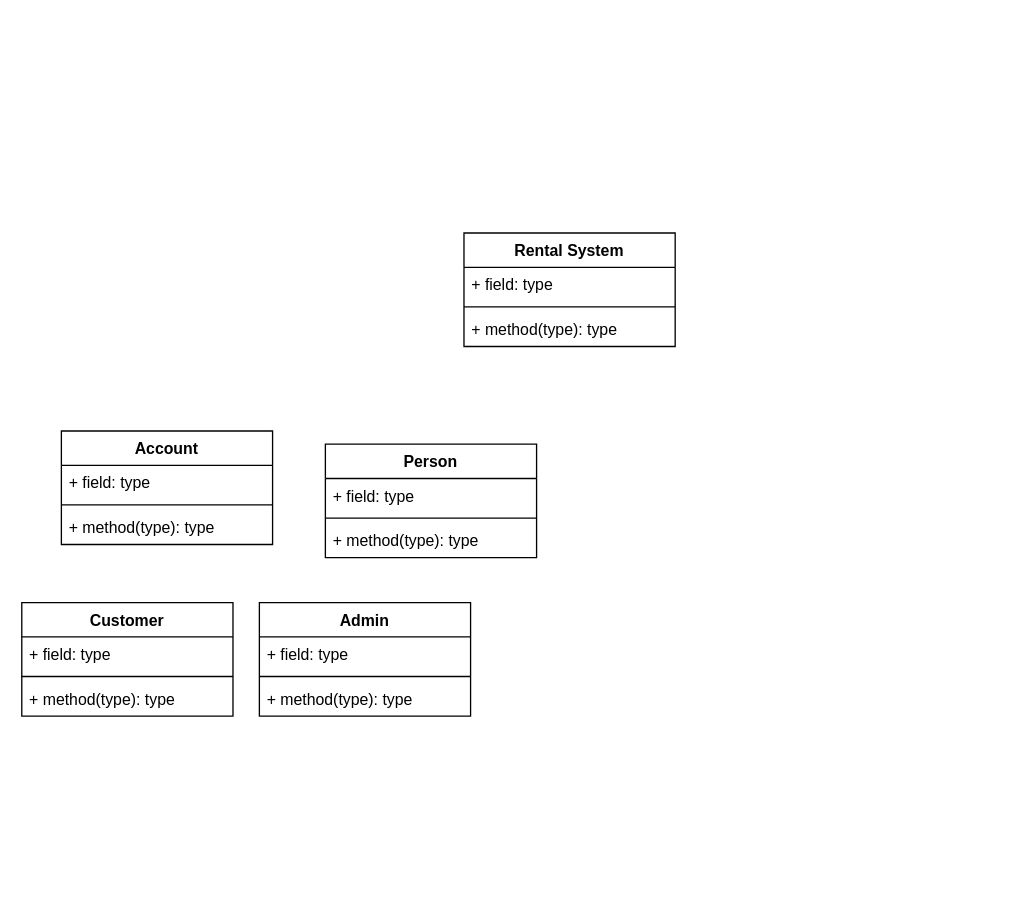
This is page "Car Rental System" (3 of 3) of Movie Ticket Booking.drawio from Moytri/Uml-Diagram, a draw.io file, before an edit. Source tidied: cells renumbered, new cells numbered last; positions are measured from the earlier drawing's top-left corner, leaving out a move shared by most shapes. Both pictures are drawn from the tidied source at 132%, with x=0, y=0 at pixel (21, 232).
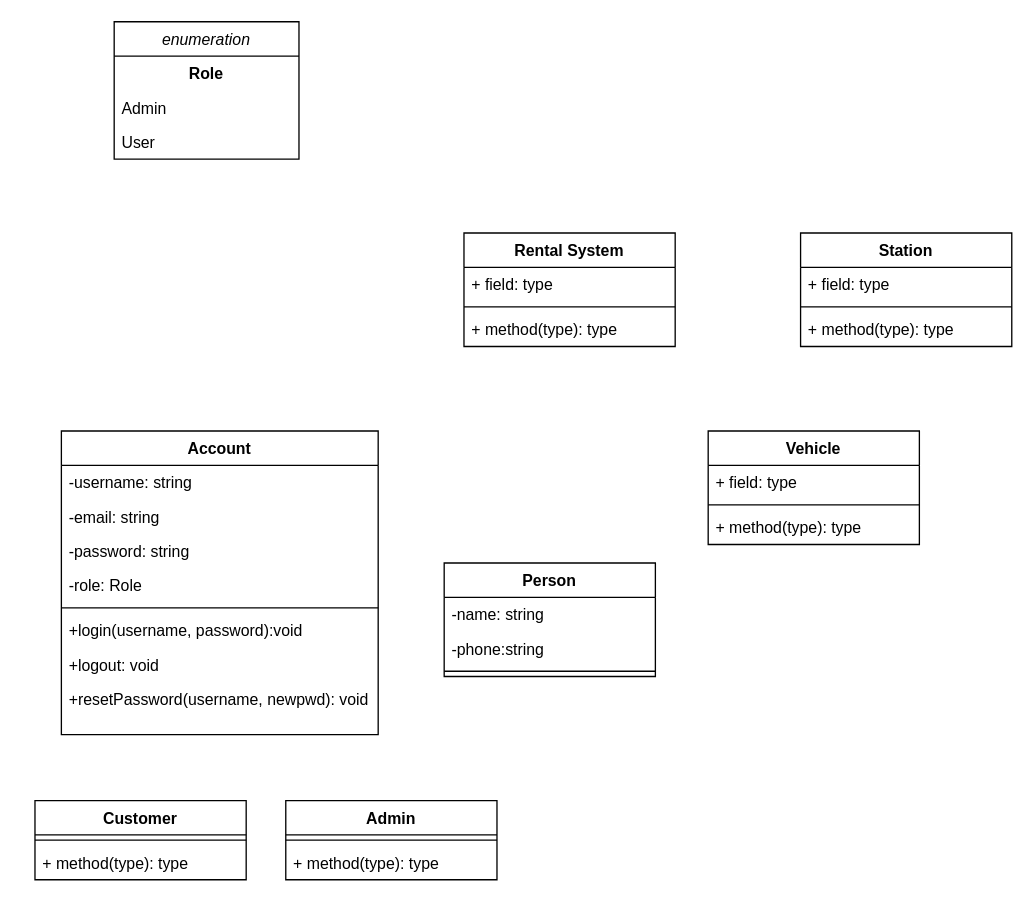
The same page after the edit.

The edit, as a diff of the source:
```diff
@@
     <mxCell id="6" value="Account" style="swimlane;fontStyle=1;align=center;verticalAlign=top;horizontal=1;startSize=26;" parent="1" vertex="1">
-      <mxGeometry x="30" y="150" width="160" height="86" as="geometry" />
+      <mxGeometry x="30" y="150" width="240" height="230" as="geometry" />
     </mxCell>
-    <mxCell id="7" value="+ field: type" style="text;strokeColor=none;fillColor=none;align=left;verticalAlign=top;spacingLeft=4;spacingRight=4;overflow=hidden;" parent="6" vertex="1">
-      <mxGeometry y="26" width="160" height="26" as="geometry" />
+    <mxCell id="7" value="-username: string" style="text;strokeColor=none;fillColor=none;align=left;verticalAlign=top;spacingLeft=4;spacingRight=4;overflow=hidden;" parent="6" vertex="1">
+      <mxGeometry y="26" width="240" height="26" as="geometry" />
     </mxCell>
+    <mxCell id="22" value="-email: string" style="text;strokeColor=none;fillColor=none;align=left;verticalAlign=top;spacingLeft=4;spacingRight=4;overflow=hidden;" parent="6" vertex="1">
+      <mxGeometry y="52" width="240" height="26" as="geometry" />
+    </mxCell>
+    <mxCell id="23" value="-password: string" style="text;strokeColor=none;fillColor=none;align=left;verticalAlign=top;spacingLeft=4;spacingRight=4;overflow=hidden;" parent="6" vertex="1">
+      <mxGeometry y="78" width="240" height="26" as="geometry" />
+    </mxCell>
+    <mxCell id="24" value="-role: Role" style="text;strokeColor=none;fillColor=none;align=left;verticalAlign=top;spacingLeft=4;spacingRight=4;overflow=hidden;" parent="6" vertex="1">
+      <mxGeometry y="104" width="240" height="26" as="geometry" />
+    </mxCell>
     <mxCell id="8" style="line;strokeWidth=1;fillColor=none;align=left;verticalAlign=middle;spacingTop=-1;spacingLeft=3;spacingRight=3;labelPosition=right;" parent="6" vertex="1">
-      <mxGeometry y="52" width="160" height="8" as="geometry" />
+      <mxGeometry y="130" width="240" height="8" as="geometry" />
     </mxCell>
-    <mxCell id="9" value="+ method(type): type" style="text;strokeColor=none;fillColor=none;align=left;verticalAlign=top;spacingLeft=4;spacingRight=4;overflow=hidden;" parent="6" vertex="1">
-      <mxGeometry y="60" width="160" height="26" as="geometry" />
+    <mxCell id="9" value="+login(username, password):void" style="text;strokeColor=none;fillColor=none;align=left;verticalAlign=top;spacingLeft=4;spacingRight=4;overflow=hidden;" parent="6" vertex="1">
+      <mxGeometry y="138" width="240" height="26" as="geometry" />
     </mxCell>
+    <mxCell id="25" value="+logout: void" style="text;strokeColor=none;fillColor=none;align=left;verticalAlign=top;spacingLeft=4;spacingRight=4;overflow=hidden;" parent="6" vertex="1">
+      <mxGeometry y="164" width="240" height="26" as="geometry" />
+    </mxCell>
+    <mxCell id="26" value="+resetPassword(username, newpwd): void" style="text;strokeColor=none;fillColor=none;align=left;verticalAlign=top;spacingLeft=4;spacingRight=4;overflow=hidden;" parent="6" vertex="1">
+      <mxGeometry y="190" width="240" height="40" as="geometry" />
+    </mxCell>
     <mxCell id="10" value="Person" style="swimlane;fontStyle=1;align=center;verticalAlign=top;horizontal=1;startSize=26;" parent="1" vertex="1">
-      <mxGeometry x="230" y="160" width="160" height="86" as="geometry" />
+      <mxGeometry x="320" y="250" width="160" height="86" as="geometry" />
     </mxCell>
-    <mxCell id="11" value="+ field: type" style="text;strokeColor=none;fillColor=none;align=left;verticalAlign=top;spacingLeft=4;spacingRight=4;overflow=hidden;" parent="10" vertex="1">
+    <mxCell id="11" value="-name: string" style="text;strokeColor=none;fillColor=none;align=left;verticalAlign=top;spacingLeft=4;spacingRight=4;overflow=hidden;" parent="10" vertex="1">
       <mxGeometry y="26" width="160" height="26" as="geometry" />
     </mxCell>
+    <mxCell id="27" value="-phone:string" style="text;strokeColor=none;fillColor=none;align=left;verticalAlign=top;spacingLeft=4;spacingRight=4;overflow=hidden;" parent="10" vertex="1">
+      <mxGeometry y="52" width="160" height="26" as="geometry" />
+    </mxCell>
     <mxCell id="12" style="line;strokeWidth=1;fillColor=none;align=left;verticalAlign=middle;spacingTop=-1;spacingLeft=3;spacingRight=3;labelPosition=right;" parent="10" vertex="1">
-      <mxGeometry y="52" width="160" height="8" as="geometry" />
+      <mxGeometry y="78" width="160" height="8" as="geometry" />
     </mxCell>
-    <mxCell id="13" value="+ method(type): type" style="text;strokeColor=none;fillColor=none;align=left;verticalAlign=top;spacingLeft=4;spacingRight=4;overflow=hidden;" parent="10" vertex="1">
-      <mxGeometry y="60" width="160" height="26" as="geometry" />
-    </mxCell>
     <mxCell id="14" value="Customer" style="swimlane;fontStyle=1;align=center;verticalAlign=top;horizontal=1;startSize=26;" parent="1" vertex="1">
-      <mxGeometry y="280" width="160" height="86" as="geometry" />
+      <mxGeometry x="10" y="430" width="160" height="60" as="geometry" />
     </mxCell>
-    <mxCell id="15" value="+ field: type" style="text;strokeColor=none;fillColor=none;align=left;verticalAlign=top;spacingLeft=4;spacingRight=4;overflow=hidden;" parent="14" vertex="1">
-      <mxGeometry y="26" width="160" height="26" as="geometry" />
-    </mxCell>
     <mxCell id="16" style="line;strokeWidth=1;fillColor=none;align=left;verticalAlign=middle;spacingTop=-1;spacingLeft=3;spacingRight=3;labelPosition=right;" parent="14" vertex="1">
-      <mxGeometry y="52" width="160" height="8" as="geometry" />
+      <mxGeometry y="26" width="160" height="8" as="geometry" />
     </mxCell>
     <mxCell id="17" value="+ method(type): type" style="text;strokeColor=none;fillColor=none;align=left;verticalAlign=top;spacingLeft=4;spacingRight=4;overflow=hidden;" parent="14" vertex="1">
-      <mxGeometry y="60" width="160" height="26" as="geometry" />
+      <mxGeometry y="34" width="160" height="26" as="geometry" />
     </mxCell>
     <mxCell id="18" value="Admin" style="swimlane;fontStyle=1;align=center;verticalAlign=top;horizontal=1;startSize=26;" parent="1" vertex="1">
-      <mxGeometry x="180" y="280" width="160" height="86" as="geometry" />
+      <mxGeometry x="200" y="430" width="160" height="60" as="geometry" />
     </mxCell>
-    <mxCell id="19" value="+ field: type" style="text;strokeColor=none;fillColor=none;align=left;verticalAlign=top;spacingLeft=4;spacingRight=4;overflow=hidden;" parent="18" vertex="1">
-      <mxGeometry y="26" width="160" height="26" as="geometry" />
-    </mxCell>
     <mxCell id="20" style="line;strokeWidth=1;fillColor=none;align=left;verticalAlign=middle;spacingTop=-1;spacingLeft=3;spacingRight=3;labelPosition=right;" parent="18" vertex="1">
-      <mxGeometry y="52" width="160" height="8" as="geometry" />
+      <mxGeometry y="26" width="160" height="8" as="geometry" />
     </mxCell>
     <mxCell id="21" value="+ method(type): type" style="text;strokeColor=none;fillColor=none;align=left;verticalAlign=top;spacingLeft=4;spacingRight=4;overflow=hidden;" parent="18" vertex="1">
-      <mxGeometry y="60" width="160" height="26" as="geometry" />
+      <mxGeometry y="34" width="160" height="26" as="geometry" />
     </mxCell>
+    <mxCell id="28" value="Vehicle" style="swimlane;fontStyle=1;align=center;verticalAlign=top;horizontal=1;startSize=26;" parent="1" vertex="1">
+      <mxGeometry x="520" y="150" width="160" height="86" as="geometry" />
+    </mxCell>
+    <mxCell id="29" value="+ field: type" style="text;strokeColor=none;fillColor=none;align=left;verticalAlign=top;spacingLeft=4;spacingRight=4;overflow=hidden;" parent="28" vertex="1">
+      <mxGeometry y="26" width="160" height="26" as="geometry" />
+    </mxCell>
+    <mxCell id="30" style="line;strokeWidth=1;fillColor=none;align=left;verticalAlign=middle;spacingTop=-1;spacingLeft=3;spacingRight=3;labelPosition=right;" parent="28" vertex="1">
+      <mxGeometry y="52" width="160" height="8" as="geometry" />
+    </mxCell>
+    <mxCell id="31" value="+ method(type): type" style="text;strokeColor=none;fillColor=none;align=left;verticalAlign=top;spacingLeft=4;spacingRight=4;overflow=hidden;" parent="28" vertex="1">
+      <mxGeometry y="60" width="160" height="26" as="geometry" />
+    </mxCell>
+    <mxCell id="32" value="Station" style="swimlane;fontStyle=1;align=center;verticalAlign=top;horizontal=1;startSize=26;" parent="1" vertex="1">
+      <mxGeometry x="590" width="160" height="86" as="geometry" />
+    </mxCell>
+    <mxCell id="33" value="+ field: type" style="text;strokeColor=none;fillColor=none;align=left;verticalAlign=top;spacingLeft=4;spacingRight=4;overflow=hidden;" parent="32" vertex="1">
+      <mxGeometry y="26" width="160" height="26" as="geometry" />
+    </mxCell>
+    <mxCell id="34" style="line;strokeWidth=1;fillColor=none;align=left;verticalAlign=middle;spacingTop=-1;spacingLeft=3;spacingRight=3;labelPosition=right;" parent="32" vertex="1">
+      <mxGeometry y="52" width="160" height="8" as="geometry" />
+    </mxCell>
+    <mxCell id="35" value="+ method(type): type" style="text;strokeColor=none;fillColor=none;align=left;verticalAlign=top;spacingLeft=4;spacingRight=4;overflow=hidden;" parent="32" vertex="1">
+      <mxGeometry y="60" width="160" height="26" as="geometry" />
+    </mxCell>
+    <mxCell id="36" value="enumeration" style="swimlane;fontStyle=2;horizontal=1;startSize=26;fillColor=none;strokeWidth=1;" parent="1" vertex="1">
+      <mxGeometry x="70" y="-160" width="140" height="104" as="geometry" />
+    </mxCell>
+    <mxCell id="37" value="Role" style="text;strokeColor=none;fillColor=none;align=center;verticalAlign=top;spacingLeft=4;spacingRight=4;overflow=hidden;fontStyle=1;" parent="36" vertex="1">
+      <mxGeometry y="26" width="140" height="26" as="geometry" />
+    </mxCell>
+    <mxCell id="38" value="Admin" style="text;strokeColor=none;fillColor=none;align=left;verticalAlign=top;spacingLeft=4;spacingRight=4;overflow=hidden;" parent="36" vertex="1">
+      <mxGeometry y="52" width="140" height="26" as="geometry" />
+    </mxCell>
+    <mxCell id="39" value="User" style="text;strokeColor=none;fillColor=none;align=left;verticalAlign=top;spacingLeft=4;spacingRight=4;overflow=hidden;" parent="36" vertex="1">
+      <mxGeometry y="78" width="140" height="26" as="geometry" />
+    </mxCell>
```
